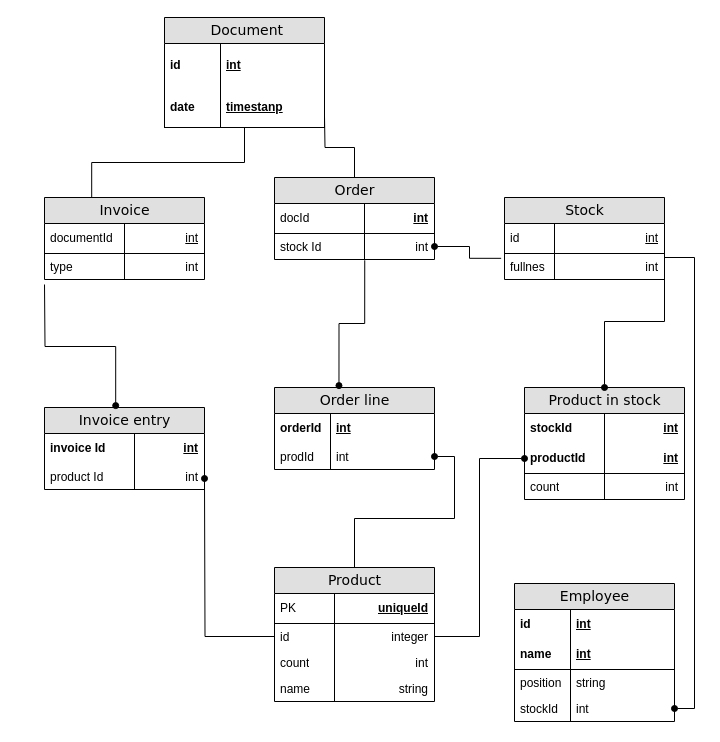
Before: Untitled Diagram.drawio in VikaYakunina/lemongatorade, a draw.io diagram. Source tidied: cells renumbered, new cells numbered last; positions are measured from the earlier drawing's top-left corner, leaving out a move shared by most shapes. Both pictures are drawn from the tidied source at 100%, with x=0, y=0 at pixel (44, 17).
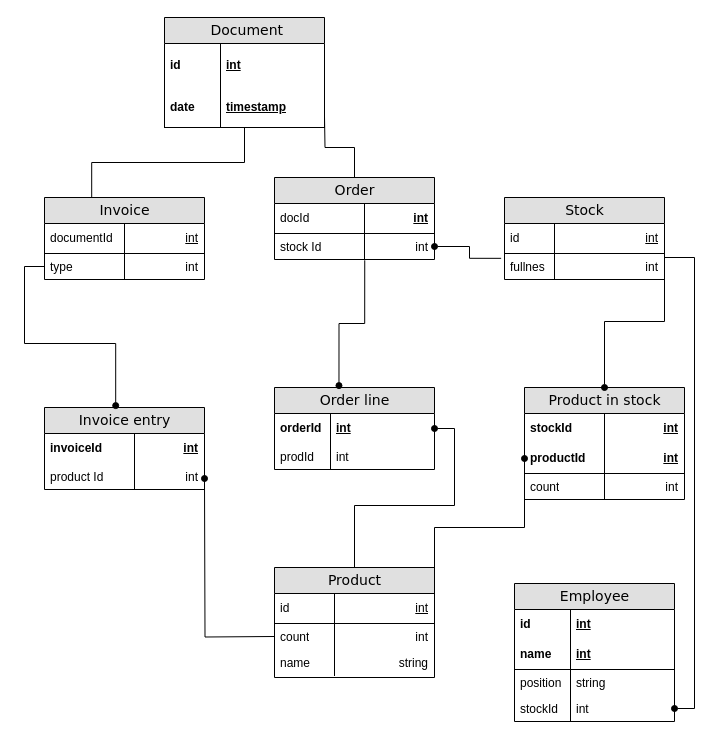
Above is the later version.

Unchanged cells that the change refers to:
```xml
<mxCell id="5" value="int" style="shape=partialRectangle;top=0;left=0;right=0;bottom=0;html=1;align=right;verticalAlign=top;fillColor=none;spacingLeft=34;spacingRight=4;whiteSpace=wrap;overflow=hidden;points=[[0,0.5],[1,0.5]];portConstraint=eastwest;" parent="2" vertex="1">
  <mxGeometry y="56" width="160" height="26" as="geometry" />
</mxCell>
<mxCell id="8" value="int" style="shape=partialRectangle;top=0;left=0;right=0;bottom=0;html=1;align=left;verticalAlign=middle;fillColor=none;spacingLeft=60;spacingRight=4;whiteSpace=wrap;overflow=hidden;points=[[0,0.5],[1,0.5]];portConstraint=eastwest;fontStyle=5;" parent="7" vertex="1">
  <mxGeometry y="26" width="160" height="30" as="geometry" />
</mxCell>
<mxCell id="10" value="int" style="shape=partialRectangle;top=0;left=0;right=0;bottom=0;html=1;align=left;verticalAlign=top;fillColor=none;spacingLeft=60;spacingRight=4;whiteSpace=wrap;overflow=hidden;points=[[0,0.5],[1,0.5]];portConstraint=eastwest;" parent="7" vertex="1">
  <mxGeometry y="56" width="160" height="26" as="geometry" />
</mxCell>
<mxCell id="13" value="&amp;nbsp;Document" style="swimlane;html=1;fontStyle=0;horizontal=1;startSize=26;fillColor=#e0e0e0;swimlaneFillColor=#ffffff;align=center;rounded=0;shadow=0;comic=0;labelBackgroundColor=none;strokeWidth=1;fontFamily=Verdana;fontSize=14;" parent="1" vertex="1">
  <mxGeometry x="120" width="160" height="110" as="geometry" />
</mxCell>
<mxCell id="33" value="Invoice entry" style="swimlane;html=1;fontStyle=0;horizontal=1;startSize=26;fillColor=#e0e0e0;swimlaneFillColor=#ffffff;align=center;rounded=0;shadow=0;comic=0;labelBackgroundColor=none;strokeWidth=1;fontFamily=Verdana;fontSize=14;" parent="1" vertex="1">
  <mxGeometry y="390" width="160" height="82" as="geometry" />
</mxCell>
<mxCell id="34" value="int" style="shape=partialRectangle;top=0;left=0;right=0;bottom=0;html=1;align=right;verticalAlign=middle;fillColor=none;spacingLeft=60;spacingRight=4;whiteSpace=wrap;overflow=hidden;fontStyle=5;" parent="33" vertex="1">
  <mxGeometry y="26" width="160" height="30" as="geometry" />
</mxCell>
<mxCell id="41" value="int" style="shape=partialRectangle;top=0;left=0;right=0;bottom=1;html=1;align=right;verticalAlign=middle;fillColor=none;spacingLeft=60;spacingRight=4;whiteSpace=wrap;overflow=hidden;points=[[0,0.5],[1,0.5]];portConstraint=eastwest;fontStyle=5;" parent="38" vertex="1">
  <mxGeometry y="56" width="160" height="30" as="geometry" />
</mxCell>
```

The edit, as a diff of the source:
```diff
@@
-    <mxCell id="16" value="timestanp" style="shape=partialRectangle;top=0;left=0;right=0;bottom=1;html=1;align=left;verticalAlign=middle;fillColor=none;spacingLeft=60;spacingRight=4;whiteSpace=wrap;overflow=hidden;fontStyle=5;" parent="13" vertex="1">
+    <mxCell id="16" value="timestamp" style="shape=partialRectangle;top=0;left=0;right=0;bottom=1;html=1;align=left;verticalAlign=middle;fillColor=none;spacingLeft=60;spacingRight=4;whiteSpace=wrap;overflow=hidden;fontStyle=5;" parent="13" vertex="1">
       <mxGeometry y="70" width="160" height="40" as="geometry" />
     </mxCell>
@@
-    <mxCell id="18" style="edgeStyle=orthogonalEdgeStyle;rounded=0;jettySize=auto;html=1;exitX=0.5;exitY=0;exitDx=0;exitDy=0;entryX=1;entryY=0.5;entryDx=0;entryDy=0;endArrow=oval;endFill=1;" parent="1" edge="1" source="24" target="10">
+    <mxCell id="18" style="edgeStyle=orthogonalEdgeStyle;rounded=0;jettySize=auto;html=1;exitX=0.5;exitY=0;exitDx=0;exitDy=0;endArrow=oval;endFill=1;" parent="1" edge="1" source="24" target="8">
       <mxGeometry relative="1" as="geometry" />
     </mxCell>
@@
     <mxCell id="24" value="Product" style="swimlane;html=1;fontStyle=0;horizontal=1;startSize=26;fillColor=#e0e0e0;swimlaneFillColor=#ffffff;align=center;rounded=0;shadow=0;comic=0;labelBackgroundColor=none;strokeWidth=1;fontFamily=Verdana;fontSize=14;" parent="1" vertex="1">
-      <mxGeometry x="230" y="550" width="160" height="134" as="geometry" />
+      <mxGeometry x="230" y="550" width="160" height="110" as="geometry" />
     </mxCell>
-    <mxCell id="25" value="uniqueId" style="shape=partialRectangle;top=0;left=0;right=0;bottom=1;html=1;align=right;verticalAlign=middle;fillColor=none;spacingLeft=34;spacingRight=4;whiteSpace=wrap;overflow=hidden;fontStyle=5;" parent="24" vertex="1">
+    <mxCell id="25" value="&lt;span style=&quot;font-weight: 400&quot;&gt;int&lt;/span&gt;" style="shape=partialRectangle;top=0;left=0;right=0;bottom=1;html=1;align=right;verticalAlign=middle;fillColor=none;spacingLeft=34;spacingRight=4;whiteSpace=wrap;overflow=hidden;fontStyle=5;" parent="24" vertex="1">
       <mxGeometry y="26" width="160" height="30" as="geometry" />
     </mxCell>
-    <mxCell id="26" value="PK" style="shape=partialRectangle;top=0;left=0;bottom=0;html=1;fillColor=none;align=left;verticalAlign=middle;spacingLeft=4;spacingRight=4;whiteSpace=wrap;overflow=hidden;" parent="25" vertex="1">
+    <mxCell id="26" value="id" style="shape=partialRectangle;top=0;left=0;bottom=0;html=1;fillColor=none;align=left;verticalAlign=middle;spacingLeft=4;spacingRight=4;whiteSpace=wrap;overflow=hidden;" parent="25" vertex="1">
       <mxGeometry width="60" height="30" as="geometry" />
     </mxCell>
-    <mxCell id="27" value="integer" style="shape=partialRectangle;top=0;left=0;right=0;bottom=0;html=1;align=right;verticalAlign=top;fillColor=none;spacingLeft=34;spacingRight=4;whiteSpace=wrap;overflow=hidden;points=[[0,0.5],[1,0.5]];portConstraint=eastwest;" parent="24" vertex="1">
-      <mxGeometry y="56" width="160" height="26" as="geometry" />
-    </mxCell>
-    <mxCell id="28" value="id" style="shape=partialRectangle;top=0;left=0;bottom=0;html=1;fillColor=none;align=left;verticalAlign=top;spacingLeft=4;spacingRight=4;whiteSpace=wrap;overflow=hidden;" parent="27" vertex="1">
-      <mxGeometry width="60" height="26" as="geometry" />
-    </mxCell>
     <mxCell id="29" value="int" style="shape=partialRectangle;top=0;left=0;right=0;bottom=0;html=1;align=right;verticalAlign=top;fillColor=none;spacingLeft=34;spacingRight=4;whiteSpace=wrap;overflow=hidden;" parent="24" vertex="1">
-      <mxGeometry y="82" width="160" height="26" as="geometry" />
+      <mxGeometry y="56" width="160" height="26" as="geometry" />
     </mxCell>
@@
     <mxCell id="31" value="string" style="shape=partialRectangle;top=0;left=0;right=0;bottom=0;html=1;align=right;verticalAlign=top;fillColor=none;spacingLeft=34;spacingRight=4;whiteSpace=wrap;overflow=hidden;" parent="24" vertex="1">
-      <mxGeometry y="108" width="160" height="26" as="geometry" />
+      <mxGeometry y="82" width="160" height="26" as="geometry" />
     </mxCell>
@@
-    <mxCell id="35" value="invoice Id" style="shape=partialRectangle;fontStyle=1;top=0;left=0;bottom=0;html=1;fillColor=none;align=left;verticalAlign=middle;spacingLeft=4;spacingRight=4;whiteSpace=wrap;overflow=hidden;" parent="34" vertex="1">
+    <mxCell id="35" value="invoiceId" style="shape=partialRectangle;fontStyle=1;top=0;left=0;bottom=0;html=1;fillColor=none;align=left;verticalAlign=middle;spacingLeft=4;spacingRight=4;whiteSpace=wrap;overflow=hidden;" parent="34" vertex="1">
       <mxGeometry width="90" height="30" as="geometry" />
     </mxCell>
@@
-    <mxCell id="55" style="edgeStyle=orthogonalEdgeStyle;rounded=0;jettySize=auto;html=1;exitX=0;exitY=0.5;exitDx=0;exitDy=0;entryX=0.445;entryY=-0.023;entryDx=0;entryDy=0;entryPerimeter=0;endArrow=oval;endFill=1;" parent="1" edge="1" target="33">
-      <mxGeometry relative="1" as="geometry">
-        <mxPoint y="267" as="sourcePoint" />
-      </mxGeometry>
+    <mxCell id="55" style="edgeStyle=orthogonalEdgeStyle;rounded=0;jettySize=auto;html=1;entryX=0.445;entryY=-0.023;entryDx=0;entryDy=0;entryPerimeter=0;endArrow=oval;endFill=1;exitX=0;exitY=0.5;exitDx=0;exitDy=0;" parent="1" edge="1" source="5" target="33">
+      <mxGeometry relative="1" as="geometry" />
     </mxCell>
-    <mxCell id="56" style="edgeStyle=orthogonalEdgeStyle;rounded=0;jettySize=auto;html=1;exitX=0;exitY=0.5;exitDx=0;exitDy=0;entryX=1;entryY=0.5;entryDx=0;entryDy=0;endArrow=oval;endFill=1;" parent="1" edge="1" source="27">
+    <mxCell id="56" style="edgeStyle=orthogonalEdgeStyle;rounded=0;orthogonalLoop=1;jettySize=auto;html=1;exitX=0;exitY=0.5;exitDx=0;exitDy=0;entryX=1;entryY=0.5;entryDx=0;entryDy=0;endArrow=oval;endFill=1;" parent="1" edge="1">
       <mxGeometry relative="1" as="geometry">
+        <mxPoint x="230" y="619" as="sourcePoint" />
         <mxPoint x="160" y="461" as="targetPoint" />
       </mxGeometry>
     </mxCell>
@@
-    <mxCell id="66" style="edgeStyle=orthogonalEdgeStyle;rounded=0;jettySize=auto;html=1;exitX=1;exitY=0.5;exitDx=0;exitDy=0;entryX=0;entryY=0.5;entryDx=0;entryDy=0;startArrow=none;startFill=0;endArrow=oval;endFill=1;" parent="1" edge="1" source="27" target="41">
-      <mxGeometry relative="1" as="geometry" />
+    <mxCell id="66" style="edgeStyle=orthogonalEdgeStyle;rounded=0;jettySize=auto;html=1;exitX=1;exitY=0.5;exitDx=0;exitDy=0;entryX=0;entryY=0.5;entryDx=0;entryDy=0;startArrow=none;startFill=0;endArrow=oval;endFill=1;" parent="1" edge="1" target="41">
+      <mxGeometry relative="1" as="geometry">
+        <mxPoint x="390" y="619" as="sourcePoint" />
+        <Array as="points">
+          <mxPoint x="390" y="510" />
+          <mxPoint x="480" y="510" />
+        </Array>
+      </mxGeometry>
     </mxCell>
```
